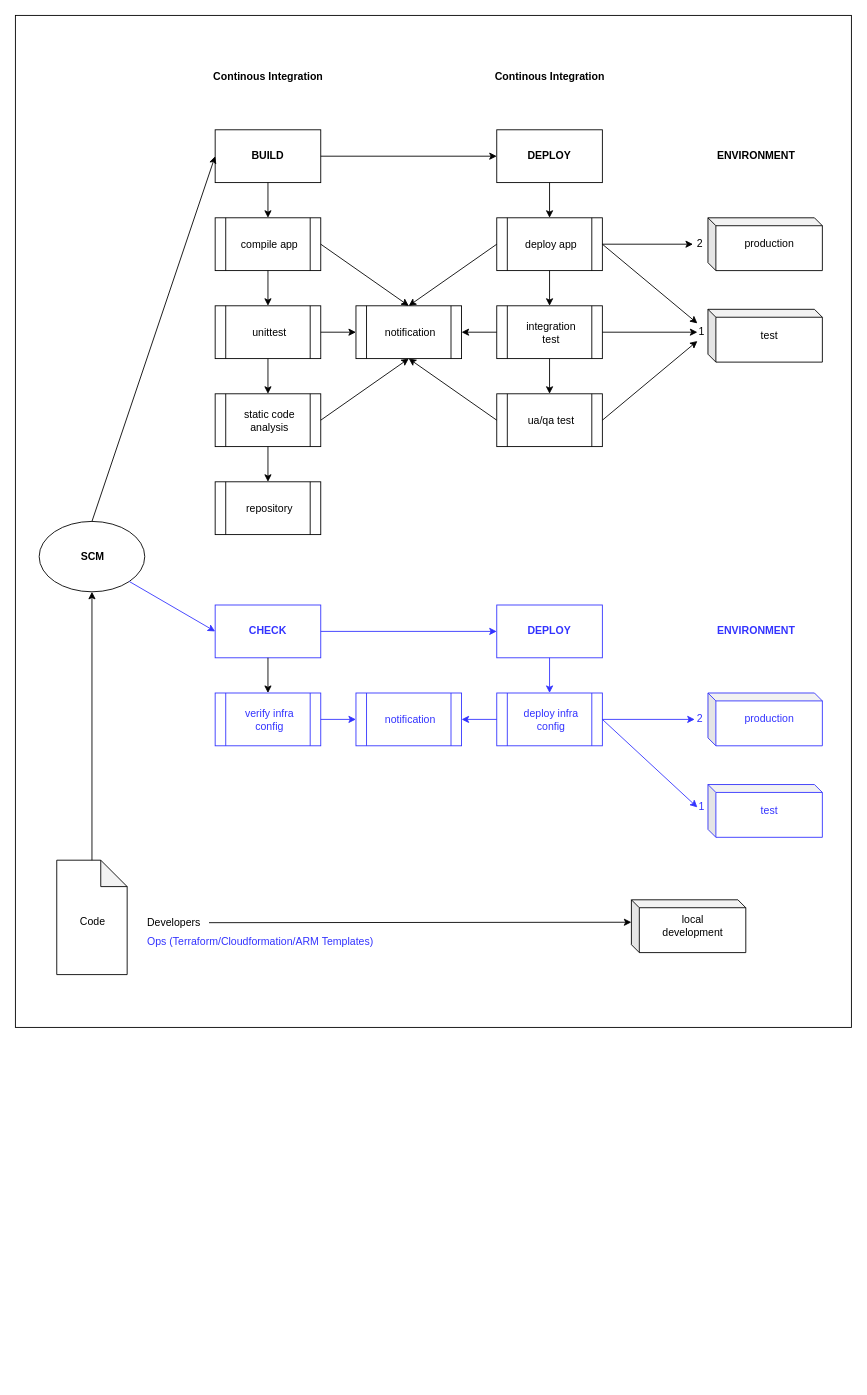
This is ci-cd_pipeline.drawio from jayamorin/pipeline, a draw.io file, before an edit. Source tidied: cells renumbered, new cells numbered last; positions are measured from the earlier drawing's top-left corner, leaving out a move shared by most shapes. Both pictures are drawn from the tidied source at 88%, with x=0, y=0 at pixel (15, 15).
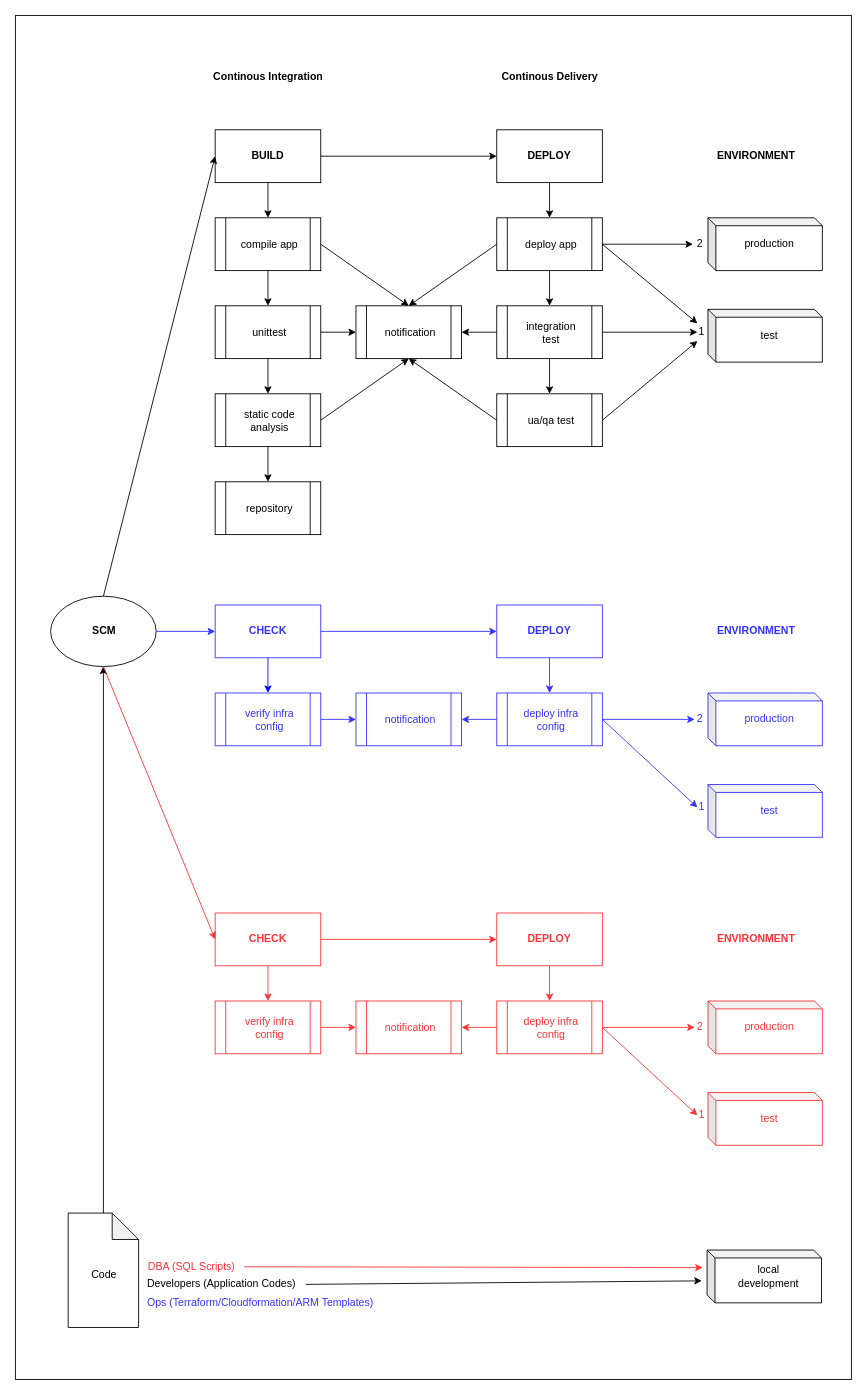
The same page after the edit.

The change refers to these unchanged cells:
```xml
<mxCell id="61" style="rounded=0;whiteSpace=wrap;html=1;strokeColor=#3333FF;" parent="1" vertex="1">
  <mxGeometry x="227" y="670" width="120" height="60" as="geometry" />
</mxCell>
```

The edit, as a diff of the source:
```diff
@@
-    <mxCell id="2" style="rounded=0;whiteSpace=wrap;html=1;labelBackgroundColor=none;fillColor=none;" parent="1" vertex="1">
-      <mxGeometry width="950" height="1150" as="geometry" />
+    <mxCell id="2" style="rounded=0;whiteSpace=wrap;html=1;labelBackgroundColor=none;fillColor=none;strokeColor=#000000;" parent="1" vertex="1">
+      <mxGeometry width="950" height="1550" as="geometry" />
     </mxCell>
     <mxCell id="3" style="ellipse;whiteSpace=wrap;html=1;" parent="1" vertex="1">
-      <mxGeometry x="27" y="575" width="120" height="80" as="geometry" />
+      <mxGeometry x="40" y="660" width="120" height="80" as="geometry" />
     </mxCell>
@@
     <mxCell id="8" style="shape=note;whiteSpace=wrap;html=1;backgroundOutline=1;darkOpacity=0.05;" parent="1" vertex="1">
-      <mxGeometry x="47" y="960" width="80" height="130" as="geometry" />
+      <mxGeometry x="60" y="1361" width="80" height="130" as="geometry" />
     </mxCell>
     <mxCell id="9" value="SCM" style="text;html=1;strokeColor=none;fillColor=none;align=center;verticalAlign=middle;whiteSpace=wrap;rounded=0;fontStyle=1;" parent="1" vertex="1">
-      <mxGeometry x="68" y="605" width="40" height="20" as="geometry" />
+      <mxGeometry x="81" y="690" width="40" height="20" as="geometry" />
     </mxCell>
@@
     <mxCell id="42" style="shape=cube;whiteSpace=wrap;html=1;boundedLbl=1;backgroundOutline=1;darkOpacity=0.05;darkOpacity2=0.1;align=center;size=9;" parent="1" vertex="1">
-      <mxGeometry x="700" y="1005" width="130" height="60" as="geometry" />
+      <mxGeometry x="786" y="1403" width="130" height="60" as="geometry" />
     </mxCell>
     <mxCell id="43" value="local development" style="text;html=1;strokeColor=none;fillColor=none;align=center;verticalAlign=middle;whiteSpace=wrap;rounded=0;" parent="1" vertex="1">
-      <mxGeometry x="735" y="1025" width="70" height="20" as="geometry" />
+      <mxGeometry x="821" y="1423" width="70" height="20" as="geometry" />
     </mxCell>
@@
-    <mxCell id="53" value="Continous Integration" style="text;html=1;strokeColor=none;fillColor=none;align=center;verticalAlign=middle;whiteSpace=wrap;rounded=0;fontStyle=1;" parent="1" vertex="1">
+    <mxCell id="53" value="Continous Delivery" style="text;html=1;strokeColor=none;fillColor=none;align=center;verticalAlign=middle;whiteSpace=wrap;rounded=0;fontStyle=1;" parent="1" vertex="1">
       <mxGeometry x="541.5" y="60" width="131" height="20" as="geometry" />
     </mxCell>
     <mxCell id="54" value="Code" style="text;html=1;strokeColor=none;fillColor=none;align=center;verticalAlign=middle;whiteSpace=wrap;rounded=0;" parent="1" vertex="1">
-      <mxGeometry x="68" y="1020" width="40" height="20" as="geometry" />
+      <mxGeometry x="81" y="1421" width="40" height="20" as="geometry" />
     </mxCell>
-    <mxCell id="55" value="Developers" style="text;html=1;strokeColor=none;fillColor=none;align=left;verticalAlign=middle;whiteSpace=wrap;rounded=0;" parent="1" vertex="1">
-      <mxGeometry x="148" y="1021" width="72" height="20" as="geometry" />
+    <mxCell id="55" value="Developers (Application Codes)" style="text;html=1;strokeColor=none;fillColor=none;align=left;verticalAlign=middle;whiteSpace=wrap;rounded=0;" parent="1" vertex="1">
+      <mxGeometry x="148" y="1432" width="182" height="20" as="geometry" />
     </mxCell>
     <mxCell id="56" value="Ops (Terraform/Cloudformation/ARM Templates)" style="text;html=1;align=left;verticalAlign=middle;whiteSpace=wrap;rounded=0;fontColor=#3333FF;" parent="1" vertex="1">
-      <mxGeometry x="148" y="1043" width="262" height="20" as="geometry" />
+      <mxGeometry x="148" y="1453" width="262" height="20" as="geometry" />
     </mxCell>
-    <mxCell id="57" style="endArrow=classic;html=1;exitX=1;exitY=0.5;exitDx=0;exitDy=0;entryX=0;entryY=0;entryDx=0;entryDy=25.5;entryPerimeter=0;" parent="1" edge="1" source="55" target="42">
-      <mxGeometry relative="1" as="geometry" />
+    <mxCell id="57" style="endArrow=classic;html=1;exitX=1;exitY=0.5;exitDx=0;exitDy=0;" parent="1" edge="1" source="55">
+      <mxGeometry relative="1" as="geometry">
+        <mxPoint x="780" y="1438" as="targetPoint" />
+        <Array as="points">
+          <mxPoint x="780" y="1438" />
+        </Array>
+      </mxGeometry>
     </mxCell>
@@
-    <mxCell id="63" style="endArrow=classic;html=1;exitX=1;exitY=1;exitDx=0;exitDy=0;entryX=0;entryY=0.5;entryDx=0;entryDy=0;strokeColor=#3333FF;" parent="1" edge="1" source="3" target="61">
+    <mxCell id="63" style="endArrow=classic;html=1;exitX=1;exitY=0.5;exitDx=0;exitDy=0;entryX=0;entryY=0.5;entryDx=0;entryDy=0;strokeColor=#3333FF;" parent="1" edge="1" source="3" target="61">
       <mxGeometry relative="1" as="geometry" />
     </mxCell>
@@
-    <mxCell id="67" style="endArrow=classic;html=1;exitX=0.5;exitY=1;exitDx=0;exitDy=0;entryX=0.5;entryY=0;entryDx=0;entryDy=0;fontColor=#3333FF;" parent="1" edge="1" source="61">
+    <mxCell id="67" style="endArrow=classic;html=1;exitX=0.5;exitY=1;exitDx=0;exitDy=0;entryX=0.5;entryY=0;entryDx=0;entryDy=0;fontColor=#000000;strokeColor=#0000FF;" parent="1" edge="1" source="61">
       <mxGeometry relative="1" as="geometry">
         <mxPoint x="287" y="770" as="targetPoint" />
       </mxGeometry>
     </mxCell>
@@
+    <mxCell id="86" style="rounded=0;whiteSpace=wrap;html=1;strokeColor=#FF3333;" parent="1" vertex="1">
+      <mxGeometry x="227" y="1020" width="120" height="60" as="geometry" />
+    </mxCell>
+    <mxCell id="87" style="rounded=0;whiteSpace=wrap;html=1;strokeColor=#FF3333;" parent="1" vertex="1">
+      <mxGeometry x="547" y="1020" width="120" height="60" as="geometry" />
+    </mxCell>
+    <mxCell id="88" style="endArrow=classic;html=1;exitX=1;exitY=0.5;exitDx=0;exitDy=0;entryX=0;entryY=0.5;entryDx=0;entryDy=0;strokeColor=#FF3333;" parent="1" edge="1" source="86" target="87">
+      <mxGeometry relative="1" as="geometry" />
+    </mxCell>
+    <mxCell id="89" value="CHECK" style="text;html=1;strokeColor=none;fillColor=none;align=center;verticalAlign=middle;whiteSpace=wrap;rounded=0;fontStyle=1;fontColor=#FF3333;" parent="1" vertex="1">
+      <mxGeometry x="267" y="1040" width="40" height="20" as="geometry" />
+    </mxCell>
+    <mxCell id="90" value="DEPLOY" style="text;html=1;strokeColor=none;fillColor=none;align=center;verticalAlign=middle;whiteSpace=wrap;rounded=0;fontStyle=1;fontColor=#FF3333;" parent="1" vertex="1">
+      <mxGeometry x="587" y="1040" width="40" height="20" as="geometry" />
+    </mxCell>
+    <mxCell id="91" style="endArrow=classic;html=1;exitX=0.5;exitY=1;exitDx=0;exitDy=0;entryX=0.5;entryY=0;entryDx=0;entryDy=0;fontColor=#3333FF;strokeColor=#FF3333;" parent="1" edge="1" source="86">
+      <mxGeometry relative="1" as="geometry">
+        <mxPoint x="287" y="1120" as="targetPoint" />
+      </mxGeometry>
+    </mxCell>
+    <mxCell id="92" style="endArrow=classic;html=1;exitX=0.5;exitY=1;exitDx=0;exitDy=0;entryX=0.5;entryY=0;entryDx=0;entryDy=0;strokeColor=#FF3333;" parent="1" edge="1" source="87">
+      <mxGeometry relative="1" as="geometry">
+        <mxPoint x="607" y="1120" as="targetPoint" />
+      </mxGeometry>
+    </mxCell>
+    <mxCell id="93" style="shape=process;whiteSpace=wrap;html=1;backgroundOutline=1;align=center;strokeColor=#FF3333;" parent="1" vertex="1">
+      <mxGeometry x="227" y="1120" width="120" height="60" as="geometry" />
+    </mxCell>
+    <mxCell id="94" value="verify infra config" style="text;html=1;strokeColor=none;fillColor=none;align=center;verticalAlign=middle;whiteSpace=wrap;rounded=0;fontColor=#FF3333;" parent="1" vertex="1">
+      <mxGeometry x="254" y="1141" width="70" height="20" as="geometry" />
+    </mxCell>
+    <mxCell id="95" style="shape=process;whiteSpace=wrap;html=1;backgroundOutline=1;align=center;strokeColor=#FF3333;" parent="1" vertex="1">
+      <mxGeometry x="547" y="1120" width="120" height="60" as="geometry" />
+    </mxCell>
+    <mxCell id="96" value="deploy infra config" style="text;html=1;strokeColor=none;fillColor=none;align=center;verticalAlign=middle;whiteSpace=wrap;rounded=0;fontColor=#FF3333;" parent="1" vertex="1">
+      <mxGeometry x="574" y="1141" width="70" height="20" as="geometry" />
+    </mxCell>
+    <mxCell id="97" value="ENVIRONMENT" style="text;html=1;strokeColor=none;fillColor=none;align=center;verticalAlign=middle;whiteSpace=wrap;rounded=0;fontStyle=1;fontColor=#FF3333;" parent="1" vertex="1">
+      <mxGeometry x="777" y="1040" width="130" height="20" as="geometry" />
+    </mxCell>
+    <mxCell id="98" style="shape=cube;whiteSpace=wrap;html=1;boundedLbl=1;backgroundOutline=1;darkOpacity=0.05;darkOpacity2=0.1;align=center;size=9;strokeColor=#FF3333;" parent="1" vertex="1">
+      <mxGeometry x="787" y="1120" width="130" height="60" as="geometry" />
+    </mxCell>
+    <mxCell id="99" value="production" style="text;html=1;strokeColor=none;fillColor=none;align=center;verticalAlign=middle;whiteSpace=wrap;rounded=0;fontColor=#FF3333;" parent="1" vertex="1">
+      <mxGeometry x="822" y="1140" width="70" height="20" as="geometry" />
+    </mxCell>
+    <mxCell id="100" style="shape=cube;whiteSpace=wrap;html=1;boundedLbl=1;backgroundOutline=1;darkOpacity=0.05;darkOpacity2=0.1;align=center;size=9;strokeColor=#FF3333;" parent="1" vertex="1">
+      <mxGeometry x="787" y="1224" width="130" height="60" as="geometry" />
+    </mxCell>
+    <mxCell id="101" value="test" style="text;html=1;strokeColor=none;fillColor=none;align=center;verticalAlign=middle;whiteSpace=wrap;rounded=0;fontColor=#FF3333;" parent="1" vertex="1">
+      <mxGeometry x="822" y="1244" width="70" height="20" as="geometry" />
+    </mxCell>
+    <mxCell id="102" value="1" style="text;html=1;strokeColor=none;fillColor=none;align=center;verticalAlign=middle;whiteSpace=wrap;rounded=0;fontColor=#FF3333;" parent="1" vertex="1">
+      <mxGeometry x="775" y="1240" width="10" height="20" as="geometry" />
+    </mxCell>
+    <mxCell id="103" value="2" style="text;html=1;strokeColor=none;fillColor=none;align=center;verticalAlign=middle;whiteSpace=wrap;rounded=0;fontColor=#FF3333;" parent="1" vertex="1">
+      <mxGeometry x="773" y="1140" width="10" height="20" as="geometry" />
+    </mxCell>
+    <mxCell id="104" style="endArrow=classic;html=1;exitX=1;exitY=0.5;exitDx=0;exitDy=0;strokeColor=#FF3333;" parent="1" edge="1" source="95">
+      <mxGeometry relative="1" as="geometry">
+        <mxPoint x="772" y="1150" as="targetPoint" />
+      </mxGeometry>
+    </mxCell>
+    <mxCell id="105" style="endArrow=classic;html=1;exitX=1;exitY=0.5;exitDx=0;exitDy=0;entryX=0;entryY=0.5;entryDx=0;entryDy=0;strokeColor=#FF3333;" parent="1" edge="1" source="95" target="102">
+      <mxGeometry relative="1" as="geometry" />
+    </mxCell>
+    <mxCell id="106" style="shape=process;whiteSpace=wrap;html=1;backgroundOutline=1;align=center;strokeColor=#FF3333;" parent="1" vertex="1">
+      <mxGeometry x="387" y="1120" width="120" height="60" as="geometry" />
+    </mxCell>
+    <mxCell id="107" value="notification" style="text;html=1;strokeColor=none;fillColor=none;align=center;verticalAlign=middle;whiteSpace=wrap;rounded=0;fontColor=#FF3333;" parent="1" vertex="1">
+      <mxGeometry x="414" y="1141" width="70" height="20" as="geometry" />
+    </mxCell>
+    <mxCell id="108" style="endArrow=classic;html=1;entryX=0;entryY=0.5;entryDx=0;entryDy=0;exitX=1;exitY=0.5;exitDx=0;exitDy=0;strokeColor=#FF3333;" parent="1" edge="1" source="93" target="106">
+      <mxGeometry relative="1" as="geometry" />
+    </mxCell>
+    <mxCell id="109" style="endArrow=classic;html=1;entryX=1;entryY=0.5;entryDx=0;entryDy=0;exitX=0;exitY=0.5;exitDx=0;exitDy=0;strokeColor=#FF3333;" parent="1" edge="1" source="95" target="106">
+      <mxGeometry relative="1" as="geometry" />
+    </mxCell>
+    <mxCell id="110" value="DBA (SQL Scripts)" style="text;html=1;strokeColor=none;fillColor=none;align=left;verticalAlign=middle;whiteSpace=wrap;rounded=0;fontColor=#FF3333;" parent="1" vertex="1">
+      <mxGeometry x="149" y="1412" width="111" height="20" as="geometry" />
+    </mxCell>
+    <mxCell id="111" style="endArrow=classic;html=1;exitX=1;exitY=0.5;exitDx=0;exitDy=0;fontColor=#FF3333;strokeColor=#FF3333;entryX=-0.038;entryY=0.333;entryDx=0;entryDy=0;entryPerimeter=0;" parent="1" edge="1" source="110" target="42">
+      <mxGeometry relative="1" as="geometry" />
+    </mxCell>
+    <mxCell id="112" style="endArrow=classic;html=1;exitX=0.5;exitY=1;exitDx=0;exitDy=0;entryX=0;entryY=0.5;entryDx=0;entryDy=0;strokeColor=#FF3333;" parent="1" edge="1" source="3" target="86">
+      <mxGeometry relative="1" as="geometry" />
+    </mxCell>
```
